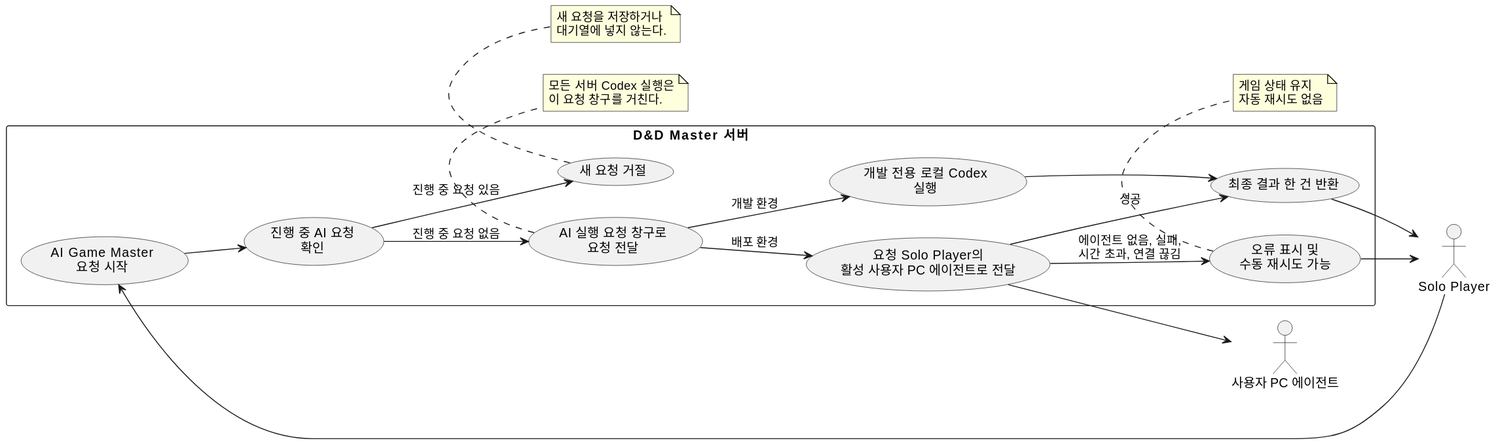
This is docs/specs/remote-codex-agent-port/diagrams/product/UC-01.usecase.svg from omegafrog/dnd-master, a PlantUML export, as it was before one commit. Source of this version:
```plantuml
@startuml
left to right direction
skinparam shadowing false

actor "Solo Player" as player
actor "사용자 PC 에이전트" as agent

rectangle "D&D Master 서버" {
  usecase "AI Game Master\n요청 시작" as start
  usecase "진행 중 AI 요청\n확인" as pending
  usecase "새 요청 거절" as reject
  usecase "AI 실행 요청 창구로\n요청 전달" as boundary
  usecase "개발 전용 로컬 Codex\n실행" as local
  usecase "요청 Solo Player의\n활성 사용자 PC 에이전트로 전달" as remote
  usecase "최종 결과 한 건 반환" as result
  usecase "오류 표시 및\n수동 재시도 가능" as failure
}

player --> start
start --> pending
pending --> reject : 진행 중 요청 있음
pending --> boundary : 진행 중 요청 없음
boundary --> local : 개발 환경
boundary --> remote : 배포 환경
remote --> agent
local --> result
remote --> result : 성공
remote --> failure : 에이전트 없음, 실패,\n시간 초과, 연결 끊김
result --> player
failure --> player

note bottom of boundary
  모든 서버 Codex 실행은
  이 요청 창구를 거친다.
end note

note bottom of failure
  게임 상태 유지
  자동 재시도 없음
end note

note bottom of reject
  새 요청을 저장하거나
  대기열에 넣지 않는다.
end note
@enduml
```
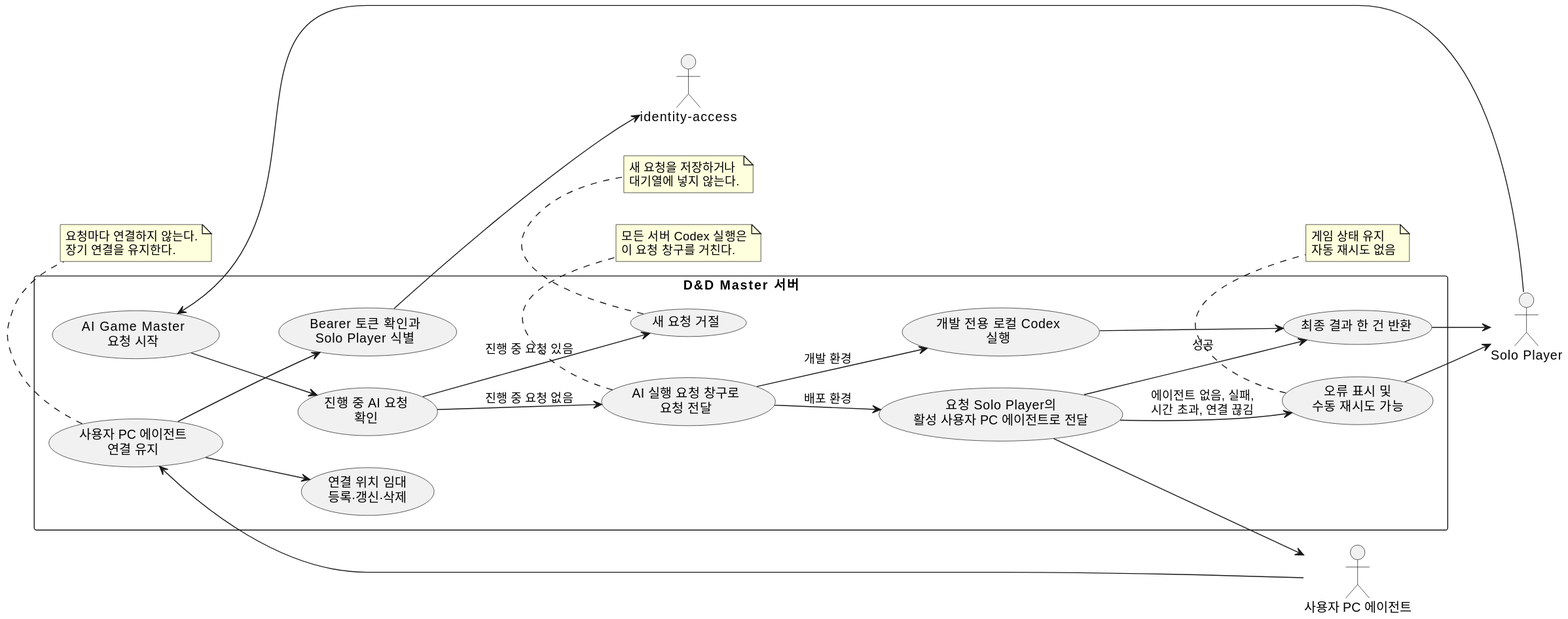
The same diagram one commit later.

What changed in the source:
```diff
@@ -4,6 +4,7 @@
 
 actor "Solo Player" as player
 actor "사용자 PC 에이전트" as agent
+actor "identity-access" as identity
 
 rectangle "D&D Master 서버" {
   usecase "AI Game Master\n요청 시작" as start
@@ -14,6 +15,9 @@
   usecase "요청 Solo Player의\n활성 사용자 PC 에이전트로 전달" as remote
   usecase "최종 결과 한 건 반환" as result
   usecase "오류 표시 및\n수동 재시도 가능" as failure
+  usecase "사용자 PC 에이전트\n연결 유지" as keepAlive
+  usecase "Bearer 토큰 확인과\nSolo Player 식별" as authenticate
+  usecase "연결 위치 임대\n등록·갱신·삭제" as lease
 }
 
 player --> start
@@ -28,6 +32,10 @@
 remote --> failure : 에이전트 없음, 실패,\n시간 초과, 연결 끊김
 result --> player
 failure --> player
+agent --> keepAlive
+keepAlive --> authenticate
+authenticate --> identity
+keepAlive --> lease
 
 note bottom of boundary
   모든 서버 Codex 실행은
@@ -43,4 +51,9 @@
   새 요청을 저장하거나
   대기열에 넣지 않는다.
 end note
+
+note bottom of keepAlive
+요청마다 연결하지 않는다.
+장기 연결을 유지한다.
+end note
 @enduml
```
